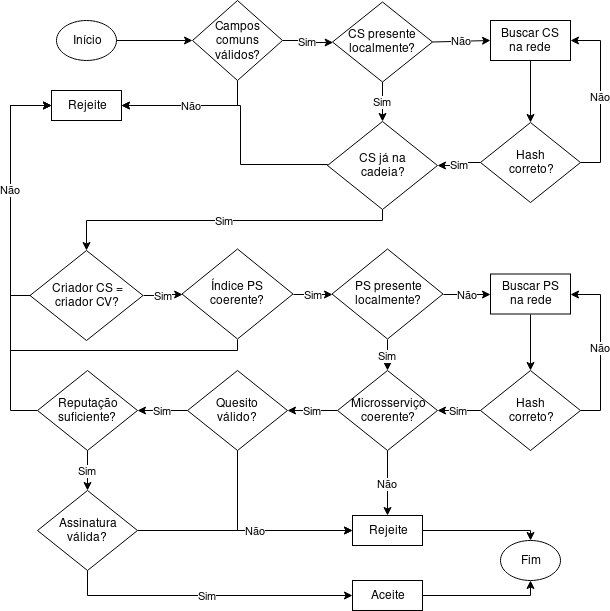
Earlier version of the draw.io export imagens/validacao_cv.png (WiltonLoch/TCC). Source tidied: cells renumbered, new cells last; positions are measured from the earlier drawing's top-left corner, leaving out a move shared by most shapes.
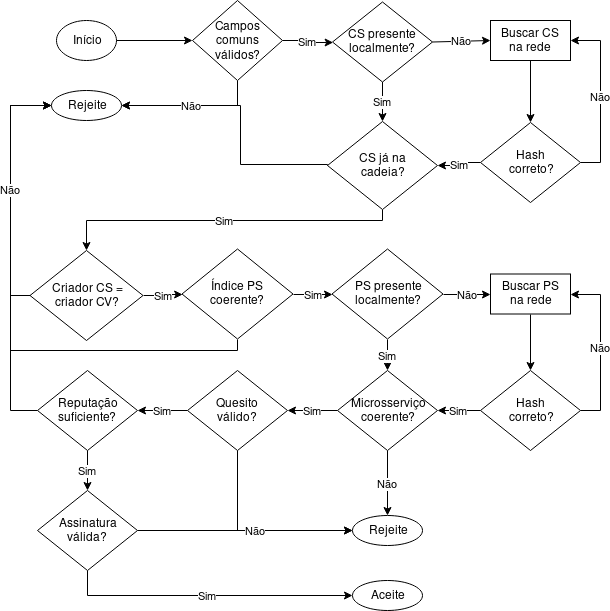
After the commit.

The edit, as a diff of the source:
```diff
@@ -52,7 +52,7 @@
     <mxCell id="12" style="endArrow=classic;html=1;entryX=0;entryY=0.5;entryDx=0;entryDy=0;exitX=1;exitY=0.5;exitDx=0;exitDy=0;" parent="1" edge="1" source="6" target="9">
       <mxGeometry relative="1" as="geometry" />
     </mxCell>
-    <mxCell id="13" value="Rejeite" style="rounded=0;whiteSpace=wrap;html=1;" parent="1" vertex="1">
+    <mxCell id="13" value="Rejeite" style="ellipse;whiteSpace=wrap;html=1;fontFamily=Helvetica;fontSize=12;fontColor=#000000;align=center;strokeColor=#000000;fillColor=#ffffff;" parent="1" vertex="1">
       <mxGeometry x="41" y="90" width="70" height="30" as="geometry" />
     </mxCell>
     <mxCell id="14" value="&lt;div&gt;Buscar CS&lt;br&gt;&lt;/div&gt;&lt;div&gt;na rede&lt;/div&gt;" style="rounded=0;whiteSpace=wrap;html=1;" parent="1" vertex="1">
@@ -123,14 +123,7 @@
     <mxCell id="34" value="&lt;div&gt;Hash&lt;br&gt;&lt;/div&gt;&lt;div&gt;correto?&lt;/div&gt;" style="rhombus;whiteSpace=wrap;html=1;" parent="1" vertex="1">
       <mxGeometry x="470" y="370" width="100" height="80" as="geometry" />
     </mxCell>
-    <mxCell id="35" style="edgeStyle=orthogonalEdgeStyle;rounded=0;jettySize=auto;html=1;exitX=1;exitY=0.5;exitDx=0;exitDy=0;entryX=0.5;entryY=0;entryDx=0;entryDy=0;endArrow=classic;endFill=1;" parent="1" edge="1" source="36" target="49">
-      <mxGeometry relative="1" as="geometry">
-        <Array as="points">
-          <mxPoint x="520" y="530" />
-        </Array>
-      </mxGeometry>
-    </mxCell>
-    <mxCell id="36" value="Rejeite" style="rounded=0;whiteSpace=wrap;html=1;" parent="1" vertex="1">
+    <mxCell id="36" value="Rejeite" style="ellipse;whiteSpace=wrap;html=1;fontFamily=Helvetica;fontSize=12;fontColor=#000000;align=center;strokeColor=#000000;fillColor=#ffffff;" parent="1" vertex="1">
       <mxGeometry x="342" y="515" width="70" height="30" as="geometry" />
     </mxCell>
     <mxCell id="37" value="Não" style="edgeStyle=orthogonalEdgeStyle;rounded=0;jettySize=auto;html=1;exitX=0.5;exitY=1;exitDx=0;exitDy=0;entryX=0.5;entryY=0;entryDx=0;entryDy=0;endArrow=classic;endFill=1;" parent="1" edge="1" source="39" target="36">
@@ -163,18 +156,8 @@
     <mxCell id="46" value="&lt;div&gt;Assinatura&lt;/div&gt;&lt;div&gt;válida?&lt;br&gt;&lt;/div&gt;" style="rhombus;whiteSpace=wrap;html=1;" parent="1" vertex="1">
       <mxGeometry x="27" y="490" width="100" height="80" as="geometry" />
     </mxCell>
-    <mxCell id="47" style="edgeStyle=orthogonalEdgeStyle;rounded=0;jettySize=auto;html=1;exitX=1;exitY=0.5;exitDx=0;exitDy=0;entryX=0.5;entryY=1;entryDx=0;entryDy=0;endArrow=classic;endFill=1;" parent="1" edge="1" source="48" target="49">
-      <mxGeometry relative="1" as="geometry">
-        <Array as="points">
-          <mxPoint x="520" y="595" />
-        </Array>
-      </mxGeometry>
-    </mxCell>
-    <mxCell id="48" value="Aceite" style="rounded=0;whiteSpace=wrap;html=1;" parent="1" vertex="1">
+    <mxCell id="48" value="Aceite" style="ellipse;whiteSpace=wrap;html=1;fontFamily=Helvetica;fontSize=12;fontColor=#000000;align=center;strokeColor=#000000;fillColor=#ffffff;" parent="1" vertex="1">
       <mxGeometry x="342" y="580" width="70" height="30" as="geometry" />
     </mxCell>
-    <mxCell id="49" value="Fim" style="ellipse;whiteSpace=wrap;html=1;" parent="1" vertex="1">
-      <mxGeometry x="490" y="540" width="60" height="40" as="geometry" />
-    </mxCell>
   </root>
 </mxGraphModel>
```
